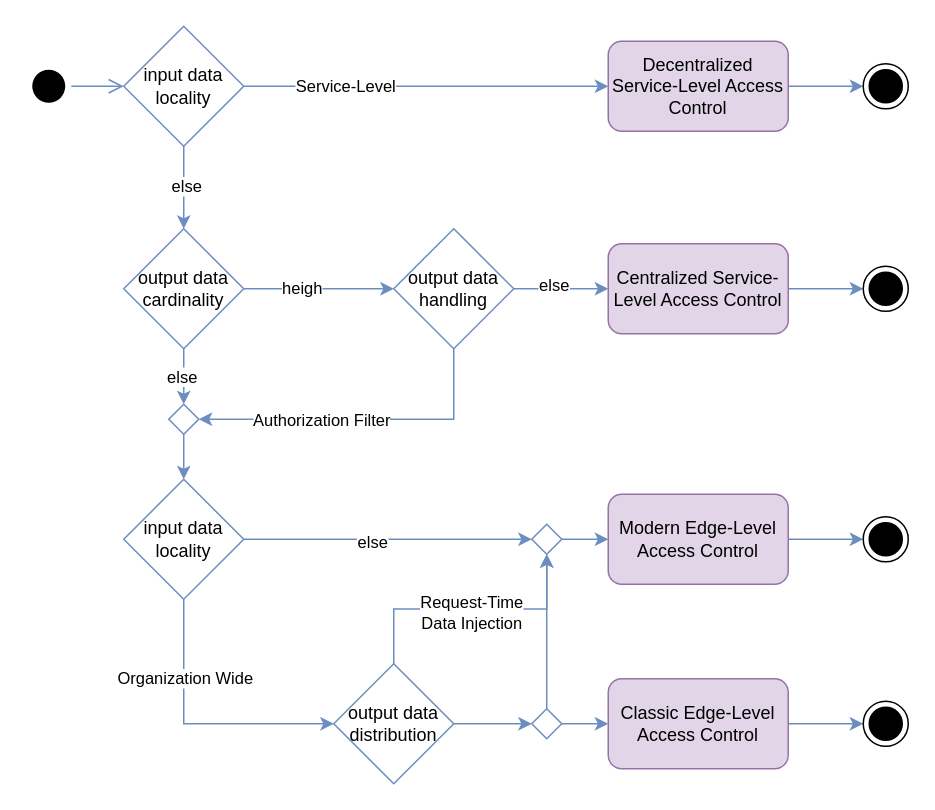
Earlier version of the draw.io diagram assets/Authorization_Pattern_Selection.drawio (dadrus/CheatSheetSeries). Source tidied: cells renumbered, new cells numbered last; positions are measured from the earlier drawing's top-left corner, leaving out a move shared by most shapes. Both pictures are drawn from the tidied source at 150%, with x=0, y=0 at pixel (26, 26).
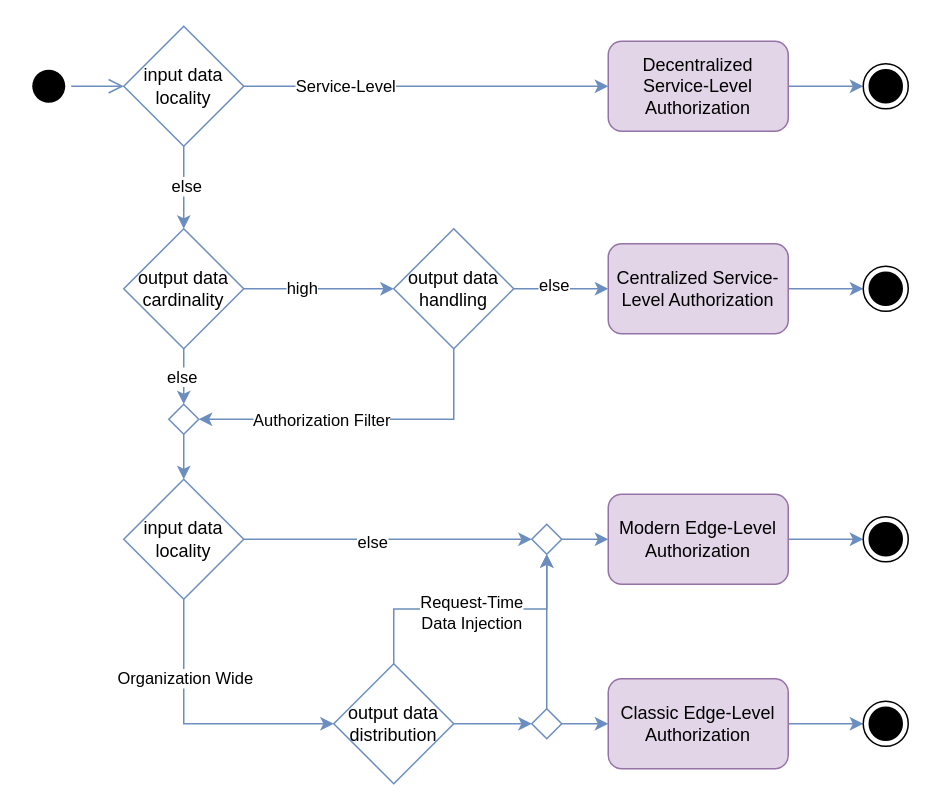
The same diagram, later.

Commit message (it also covers changes not shown here):
finalization of the last section

The change refers to these unchanged cells:
```xml
<mxCell id="9" style="edgeStyle=orthogonalEdgeStyle;rounded=0;jettySize=auto;html=1;entryX=0;entryY=0.5;entryDx=0;entryDy=0;fillColor=#dae8fc;strokeColor=#6c8ebf;" parent="1" edge="1" source="13" target="18">
  <mxGeometry relative="1" as="geometry" />
</mxCell>
```

Diff of the diagram source:
```diff
@@
-    <mxCell id="10" value="heigh" style="edgeLabel;html=1;align=center;verticalAlign=middle;" parent="9" vertex="1">
+    <mxCell id="10" value="high" style="edgeLabel;html=1;align=center;verticalAlign=middle;" parent="9" vertex="1">
       <mxGeometry x="-0.24" y="1" relative="1" as="geometry" />
     </mxCell>
@@
-    <mxCell id="24" value="Decentralized Service-Level Access Control" style="rounded=1;whiteSpace=wrap;html=1;fillColor=#e1d5e7;strokeColor=#9673a6;" parent="1" vertex="1">
+    <mxCell id="24" value="Decentralized Service-Level Authorization" style="rounded=1;whiteSpace=wrap;html=1;fillColor=#e1d5e7;strokeColor=#9673a6;" parent="1" vertex="1">
       <mxGeometry x="388" y="10" width="120" height="60" as="geometry" />
     </mxCell>
@@
-    <mxCell id="26" value="Centralized Service-Level Access Control" style="rounded=1;whiteSpace=wrap;html=1;fillColor=#e1d5e7;strokeColor=#9673a6;" parent="1" vertex="1">
+    <mxCell id="26" value="Centralized Service-Level Authorization" style="rounded=1;whiteSpace=wrap;html=1;fillColor=#e1d5e7;strokeColor=#9673a6;" parent="1" vertex="1">
       <mxGeometry x="388" y="145" width="120" height="60" as="geometry" />
     </mxCell>
@@
-    <mxCell id="28" value="Modern Edge-Level Access Control" style="rounded=1;whiteSpace=wrap;html=1;fillColor=#e1d5e7;strokeColor=#9673a6;" parent="1" vertex="1">
+    <mxCell id="28" value="Modern Edge-Level Authorization" style="rounded=1;whiteSpace=wrap;html=1;fillColor=#e1d5e7;strokeColor=#9673a6;" parent="1" vertex="1">
       <mxGeometry x="388" y="312" width="120" height="60" as="geometry" />
     </mxCell>
@@
-    <mxCell id="30" value="Classic Edge-Level Access Control" style="rounded=1;whiteSpace=wrap;html=1;fillColor=#e1d5e7;strokeColor=#9673a6;" parent="1" vertex="1">
+    <mxCell id="30" value="Classic Edge-Level Authorization" style="rounded=1;whiteSpace=wrap;html=1;fillColor=#e1d5e7;strokeColor=#9673a6;" parent="1" vertex="1">
       <mxGeometry x="388" y="435" width="120" height="60" as="geometry" />
     </mxCell>
```
